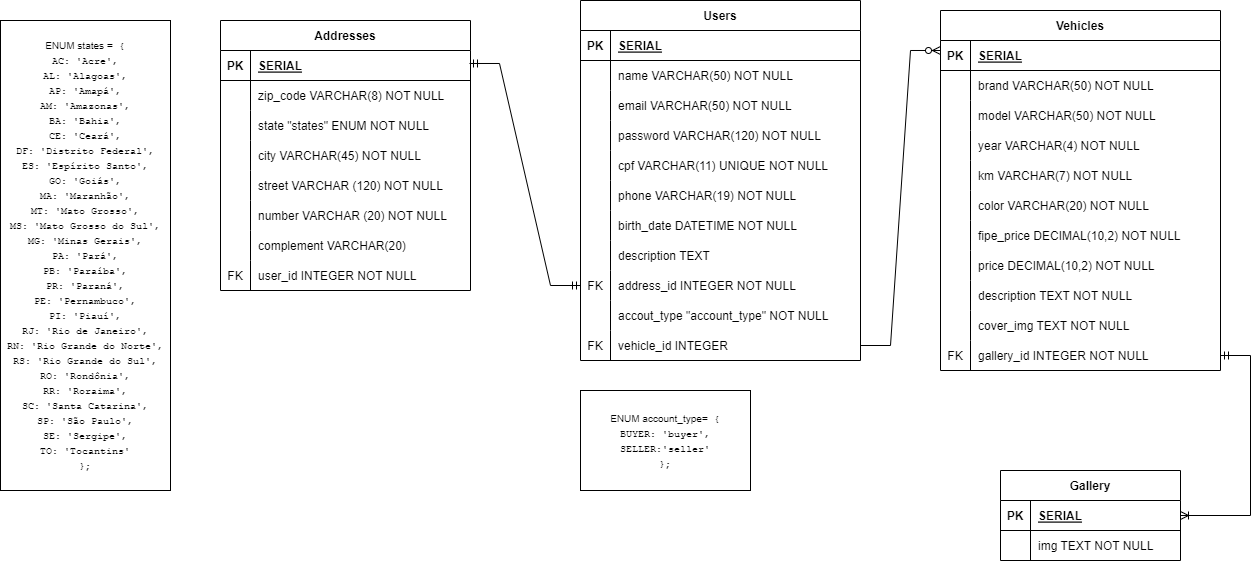
This is dre.png from shop-motors/back, a draw.io export, as it was before one commit. Source tidied: cells renumbered, new cells last; positions are measured from the earlier drawing's top-left corner, leaving out a move shared by most shapes.
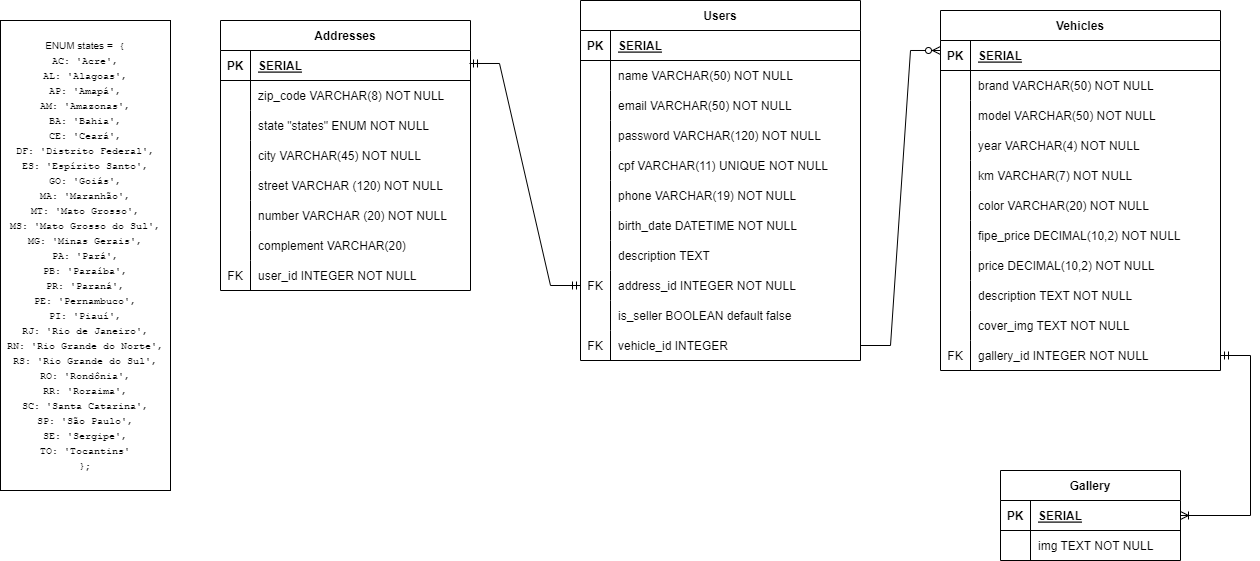
After the commit.

Commit message:
dre corrigido

Change to the diagram source:
```diff
@@ -94,3 +94,3 @@
     </mxCell>
-    <mxCell id="32" value="accout_type &quot;account_type&quot; NOT NULL" style="shape=partialRectangle;fillColor=none;top=0;left=0;bottom=0;right=0;align=left;spacingLeft=6;overflow=hidden;" parent="30" vertex="1">
+    <mxCell id="32" value="is_seller BOOLEAN default false" style="shape=partialRectangle;fillColor=none;top=0;left=0;bottom=0;right=0;align=left;spacingLeft=6;overflow=hidden;" parent="30" vertex="1">
       <mxGeometry x="30" width="250" height="30" as="geometry" />
@@ -316,5 +316,2 @@
     </mxCell>
-    <mxCell id="106" value="&lt;font style=&quot;font-size: 10px;&quot;&gt;ENUM account_type&lt;span style=&quot;font-family: &amp;quot;Söhne Mono&amp;quot;, Monaco, &amp;quot;Andale Mono&amp;quot;, &amp;quot;Ubuntu Mono&amp;quot;, monospace; text-align: left;&quot;&gt;= {&lt;br&gt;&lt;/span&gt;&lt;span style=&quot;font-family: &amp;quot;Söhne Mono&amp;quot;, Monaco, &amp;quot;Andale Mono&amp;quot;, &amp;quot;Ubuntu Mono&amp;quot;, monospace; text-align: left;&quot;&gt;BUYER: 'buyer',&lt;br&gt;SELLER:'seller'&lt;br&gt;};&lt;/span&gt;&lt;/font&gt;" style="rounded=0;whiteSpace=wrap;html=1;" parent="1" vertex="1">
-      <mxGeometry x="580" y="390" width="170" height="100" as="geometry" />
-    </mxCell>
   </root>
```
